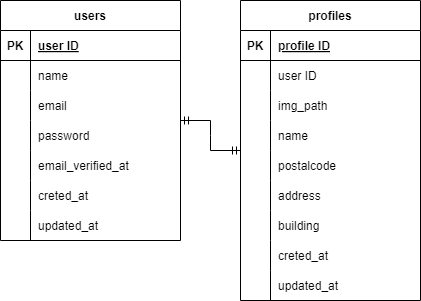
Before: src/er_diagram.drawio.png, a diagram exported from draw.io (gh-sugiura/mock_project2). Source tidied: cells renumbered, new cells last; positions are measured from the earlier drawing's top-left corner, leaving out a move shared by most shapes.
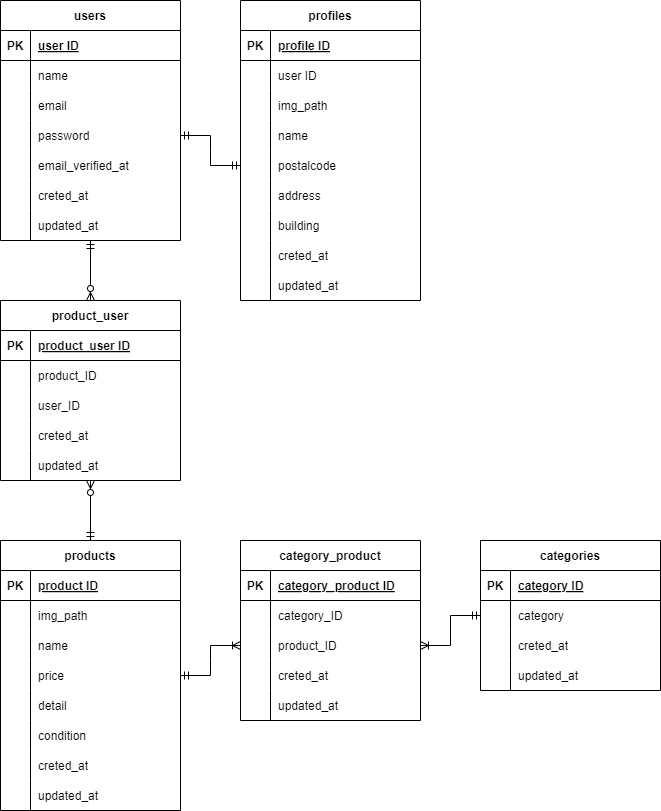
After the change.

Change to the diagram source:
```diff
@@ -152,8 +152,230 @@
     <mxCell id="51" value="updated_at" style="shape=partialRectangle;fillColor=none;top=0;left=0;bottom=0;right=0;align=left;spacingLeft=6;overflow=hidden;" parent="49" vertex="1">
       <mxGeometry x="30" width="150" height="30" as="geometry" />
     </mxCell>
-    <mxCell id="52" style="edgeStyle=entityRelationEdgeStyle;fontSize=12;html=1;endArrow=ERmandOne;startArrow=ERmandOne;strokeColor=default;rounded=0;shadow=0;" parent="1" edge="1" source="30" target="2">
+    <mxCell id="52" style="edgeStyle=entityRelationEdgeStyle;fontSize=12;html=1;endArrow=ERmandOne;startArrow=ERmandOne;strokeColor=default;rounded=0;shadow=0;" parent="1" edge="1" source="40" target="15">
       <mxGeometry relative="1" as="geometry" />
     </mxCell>
+    <mxCell id="53" value="products" style="shape=table;startSize=30;rowLines=0;fontStyle=1;align=center;" parent="1" vertex="1">
+      <mxGeometry y="540" width="180" height="270" as="geometry" />
+    </mxCell>
+    <mxCell id="54" style="shape=tableRow;horizontal=0;startSize=0;swimlaneHead=0;swimlaneBody=0;fillColor=none;top=0;left=0;right=0;bottom=1;" parent="53" vertex="1">
+      <mxGeometry y="30" width="180" height="30" as="geometry" />
+    </mxCell>
+    <mxCell id="55" value="PK" style="shape=partialRectangle;fillColor=none;top=0;left=0;bottom=0;right=0;fontStyle=1;overflow=hidden;" parent="54" vertex="1">
+      <mxGeometry width="30" height="30" as="geometry" />
+    </mxCell>
+    <mxCell id="56" value="product ID" style="shape=partialRectangle;fillColor=none;top=0;left=0;bottom=0;right=0;align=left;spacingLeft=6;fontStyle=5;overflow=hidden;" parent="54" vertex="1">
+      <mxGeometry x="30" width="150" height="30" as="geometry" />
+    </mxCell>
+    <mxCell id="57" style="shape=tableRow;horizontal=0;startSize=0;swimlaneHead=0;swimlaneBody=0;fillColor=none;top=0;left=0;right=0;bottom=0;" parent="53" vertex="1">
+      <mxGeometry y="60" width="180" height="30" as="geometry" />
+    </mxCell>
+    <mxCell id="58" style="shape=partialRectangle;fillColor=none;top=0;left=0;bottom=0;right=0;overflow=hidden;" parent="57" vertex="1">
+      <mxGeometry width="30" height="30" as="geometry" />
+    </mxCell>
+    <mxCell id="59" value="img_path" style="shape=partialRectangle;fillColor=none;top=0;left=0;bottom=0;right=0;align=left;spacingLeft=6;overflow=hidden;" parent="57" vertex="1">
+      <mxGeometry x="30" width="150" height="30" as="geometry" />
+    </mxCell>
+    <mxCell id="60" style="shape=tableRow;horizontal=0;startSize=0;swimlaneHead=0;swimlaneBody=0;fillColor=none;top=0;left=0;right=0;bottom=0;" parent="53" vertex="1">
+      <mxGeometry y="90" width="180" height="30" as="geometry" />
+    </mxCell>
+    <mxCell id="61" style="shape=partialRectangle;fillColor=none;top=0;left=0;bottom=0;right=0;overflow=hidden;" parent="60" vertex="1">
+      <mxGeometry width="30" height="30" as="geometry" />
+    </mxCell>
+    <mxCell id="62" value="name" style="shape=partialRectangle;fillColor=none;top=0;left=0;bottom=0;right=0;align=left;spacingLeft=6;overflow=hidden;" parent="60" vertex="1">
+      <mxGeometry x="30" width="150" height="30" as="geometry" />
+    </mxCell>
+    <mxCell id="63" style="shape=tableRow;horizontal=0;startSize=0;swimlaneHead=0;swimlaneBody=0;fillColor=none;points=[[0,0.5],[1,0.5]];portConstraint=eastwest;top=0;left=0;right=0;bottom=0;" parent="53" vertex="1">
+      <mxGeometry y="120" width="180" height="30" as="geometry" />
+    </mxCell>
+    <mxCell id="64" style="shape=partialRectangle;fillColor=none;top=0;left=0;bottom=0;right=0;overflow=hidden;" parent="63" vertex="1">
+      <mxGeometry width="30" height="30" as="geometry" />
+    </mxCell>
+    <mxCell id="65" value="price" style="shape=partialRectangle;fillColor=none;top=0;left=0;bottom=0;right=0;align=left;spacingLeft=6;overflow=hidden;" parent="63" vertex="1">
+      <mxGeometry x="30" width="150" height="30" as="geometry" />
+    </mxCell>
+    <mxCell id="66" style="shape=tableRow;horizontal=0;startSize=0;swimlaneHead=0;swimlaneBody=0;fillColor=none;top=0;left=0;right=0;bottom=0;" parent="53" vertex="1">
+      <mxGeometry y="150" width="180" height="30" as="geometry" />
+    </mxCell>
+    <mxCell id="67" style="shape=partialRectangle;fillColor=none;top=0;left=0;bottom=0;right=0;overflow=hidden;" parent="66" vertex="1">
+      <mxGeometry width="30" height="30" as="geometry" />
+    </mxCell>
+    <mxCell id="68" value="detail" style="shape=partialRectangle;fillColor=none;top=0;left=0;bottom=0;right=0;align=left;spacingLeft=6;overflow=hidden;" parent="66" vertex="1">
+      <mxGeometry x="30" width="150" height="30" as="geometry" />
+    </mxCell>
+    <mxCell id="69" style="shape=tableRow;horizontal=0;startSize=0;swimlaneHead=0;swimlaneBody=0;fillColor=none;top=0;left=0;right=0;bottom=0;" parent="53" vertex="1">
+      <mxGeometry y="180" width="180" height="30" as="geometry" />
+    </mxCell>
+    <mxCell id="70" style="shape=partialRectangle;fillColor=none;top=0;left=0;bottom=0;right=0;overflow=hidden;" parent="69" vertex="1">
+      <mxGeometry width="30" height="30" as="geometry" />
+    </mxCell>
+    <mxCell id="71" value="condition" style="shape=partialRectangle;fillColor=none;top=0;left=0;bottom=0;right=0;align=left;spacingLeft=6;overflow=hidden;" parent="69" vertex="1">
+      <mxGeometry x="30" width="150" height="30" as="geometry" />
+    </mxCell>
+    <mxCell id="72" style="shape=tableRow;horizontal=0;startSize=0;swimlaneHead=0;swimlaneBody=0;fillColor=none;top=0;left=0;right=0;bottom=0;" parent="53" vertex="1">
+      <mxGeometry y="210" width="180" height="30" as="geometry" />
+    </mxCell>
+    <mxCell id="73" style="shape=partialRectangle;fillColor=none;top=0;left=0;bottom=0;right=0;overflow=hidden;" parent="72" vertex="1">
+      <mxGeometry width="30" height="30" as="geometry" />
+    </mxCell>
+    <mxCell id="74" value="creted_at" style="shape=partialRectangle;fillColor=none;top=0;left=0;bottom=0;right=0;align=left;spacingLeft=6;overflow=hidden;" parent="72" vertex="1">
+      <mxGeometry x="30" width="150" height="30" as="geometry" />
+    </mxCell>
+    <mxCell id="75" style="shape=tableRow;horizontal=0;startSize=0;swimlaneHead=0;swimlaneBody=0;fillColor=none;top=0;left=0;right=0;bottom=0;" parent="53" vertex="1">
+      <mxGeometry y="240" width="180" height="30" as="geometry" />
+    </mxCell>
+    <mxCell id="76" style="shape=partialRectangle;fillColor=none;top=0;left=0;bottom=0;right=0;overflow=hidden;" parent="75" vertex="1">
+      <mxGeometry width="30" height="30" as="geometry" />
+    </mxCell>
+    <mxCell id="77" value="updated_at" style="shape=partialRectangle;fillColor=none;top=0;left=0;bottom=0;right=0;align=left;spacingLeft=6;overflow=hidden;" parent="75" vertex="1">
+      <mxGeometry x="30" width="150" height="30" as="geometry" />
+    </mxCell>
+    <mxCell id="78" value="category_product" style="shape=table;startSize=30;rowLines=0;fontStyle=1;align=center;" parent="1" vertex="1">
+      <mxGeometry x="240" y="540" width="180" height="180" as="geometry" />
+    </mxCell>
+    <mxCell id="79" style="shape=tableRow;horizontal=0;startSize=0;swimlaneHead=0;swimlaneBody=0;fillColor=none;top=0;left=0;right=0;bottom=1;" parent="78" vertex="1">
+      <mxGeometry y="30" width="180" height="30" as="geometry" />
+    </mxCell>
+    <mxCell id="80" value="PK" style="shape=partialRectangle;fillColor=none;top=0;left=0;bottom=0;right=0;fontStyle=1;overflow=hidden;" parent="79" vertex="1">
+      <mxGeometry width="30" height="30" as="geometry" />
+    </mxCell>
+    <mxCell id="81" value="category_product ID" style="shape=partialRectangle;fillColor=none;top=0;left=0;bottom=0;right=0;align=left;spacingLeft=6;fontStyle=5;overflow=hidden;" parent="79" vertex="1">
+      <mxGeometry x="30" width="150" height="30" as="geometry" />
+    </mxCell>
+    <mxCell id="82" style="shape=tableRow;horizontal=0;startSize=0;swimlaneHead=0;swimlaneBody=0;fillColor=none;top=0;left=0;right=0;bottom=0;" parent="78" vertex="1">
+      <mxGeometry y="60" width="180" height="30" as="geometry" />
+    </mxCell>
+    <mxCell id="83" style="shape=partialRectangle;fillColor=none;top=0;left=0;bottom=0;right=0;overflow=hidden;" parent="82" vertex="1">
+      <mxGeometry width="30" height="30" as="geometry" />
+    </mxCell>
+    <mxCell id="84" value="category_ID" style="shape=partialRectangle;fillColor=none;top=0;left=0;bottom=0;right=0;align=left;spacingLeft=6;overflow=hidden;" parent="82" vertex="1">
+      <mxGeometry x="30" width="150" height="30" as="geometry" />
+    </mxCell>
+    <mxCell id="85" style="shape=tableRow;horizontal=0;startSize=0;swimlaneHead=0;swimlaneBody=0;fillColor=none;points=[[0,0.5],[1,0.5]];portConstraint=eastwest;top=0;left=0;right=0;bottom=0;" parent="78" vertex="1">
+      <mxGeometry y="90" width="180" height="30" as="geometry" />
+    </mxCell>
+    <mxCell id="86" style="shape=partialRectangle;fillColor=none;top=0;left=0;bottom=0;right=0;overflow=hidden;" parent="85" vertex="1">
+      <mxGeometry width="30" height="30" as="geometry" />
+    </mxCell>
+    <mxCell id="87" value="product_ID" style="shape=partialRectangle;fillColor=none;top=0;left=0;bottom=0;right=0;align=left;spacingLeft=6;overflow=hidden;" parent="85" vertex="1">
+      <mxGeometry x="30" width="150" height="30" as="geometry" />
+    </mxCell>
+    <mxCell id="88" style="shape=tableRow;horizontal=0;startSize=0;swimlaneHead=0;swimlaneBody=0;fillColor=none;top=0;left=0;right=0;bottom=0;" parent="78" vertex="1">
+      <mxGeometry y="120" width="180" height="30" as="geometry" />
+    </mxCell>
+    <mxCell id="89" style="shape=partialRectangle;fillColor=none;top=0;left=0;bottom=0;right=0;overflow=hidden;" parent="88" vertex="1">
+      <mxGeometry width="30" height="30" as="geometry" />
+    </mxCell>
+    <mxCell id="90" value="creted_at" style="shape=partialRectangle;fillColor=none;top=0;left=0;bottom=0;right=0;align=left;spacingLeft=6;overflow=hidden;" parent="88" vertex="1">
+      <mxGeometry x="30" width="150" height="30" as="geometry" />
+    </mxCell>
+    <mxCell id="91" style="shape=tableRow;horizontal=0;startSize=0;swimlaneHead=0;swimlaneBody=0;fillColor=none;top=0;left=0;right=0;bottom=0;" parent="78" vertex="1">
+      <mxGeometry y="150" width="180" height="30" as="geometry" />
+    </mxCell>
+    <mxCell id="92" style="shape=partialRectangle;fillColor=none;top=0;left=0;bottom=0;right=0;overflow=hidden;" parent="91" vertex="1">
+      <mxGeometry width="30" height="30" as="geometry" />
+    </mxCell>
+    <mxCell id="93" value="updated_at" style="shape=partialRectangle;fillColor=none;top=0;left=0;bottom=0;right=0;align=left;spacingLeft=6;overflow=hidden;" parent="91" vertex="1">
+      <mxGeometry x="30" width="150" height="30" as="geometry" />
+    </mxCell>
+    <mxCell id="94" value="categories" style="shape=table;startSize=30;rowLines=0;fontStyle=1;align=center;" parent="1" vertex="1">
+      <mxGeometry x="480" y="540" width="180" height="150" as="geometry" />
+    </mxCell>
+    <mxCell id="95" style="shape=tableRow;horizontal=0;startSize=0;swimlaneHead=0;swimlaneBody=0;fillColor=none;top=0;left=0;right=0;bottom=1;" parent="94" vertex="1">
+      <mxGeometry y="30" width="180" height="30" as="geometry" />
+    </mxCell>
+    <mxCell id="96" value="PK" style="shape=partialRectangle;fillColor=none;top=0;left=0;bottom=0;right=0;fontStyle=1;overflow=hidden;" parent="95" vertex="1">
+      <mxGeometry width="30" height="30" as="geometry" />
+    </mxCell>
+    <mxCell id="97" value="category ID" style="shape=partialRectangle;fillColor=none;top=0;left=0;bottom=0;right=0;align=left;spacingLeft=6;fontStyle=5;overflow=hidden;" parent="95" vertex="1">
+      <mxGeometry x="30" width="150" height="30" as="geometry" />
+    </mxCell>
+    <mxCell id="98" style="shape=tableRow;horizontal=0;startSize=0;swimlaneHead=0;swimlaneBody=0;fillColor=none;points=[[0,0.5],[1,0.5]];portConstraint=eastwest;top=0;left=0;right=0;bottom=0;" parent="94" vertex="1">
+      <mxGeometry y="60" width="180" height="30" as="geometry" />
+    </mxCell>
+    <mxCell id="99" style="shape=partialRectangle;fillColor=none;top=0;left=0;bottom=0;right=0;overflow=hidden;" parent="98" vertex="1">
+      <mxGeometry width="30" height="30" as="geometry" />
+    </mxCell>
+    <mxCell id="100" value="category" style="shape=partialRectangle;fillColor=none;top=0;left=0;bottom=0;right=0;align=left;spacingLeft=6;overflow=hidden;" parent="98" vertex="1">
+      <mxGeometry x="30" width="150" height="30" as="geometry" />
+    </mxCell>
+    <mxCell id="101" style="shape=tableRow;horizontal=0;startSize=0;swimlaneHead=0;swimlaneBody=0;fillColor=none;top=0;left=0;right=0;bottom=0;" parent="94" vertex="1">
+      <mxGeometry y="90" width="180" height="30" as="geometry" />
+    </mxCell>
+    <mxCell id="102" style="shape=partialRectangle;fillColor=none;top=0;left=0;bottom=0;right=0;overflow=hidden;" parent="101" vertex="1">
+      <mxGeometry width="30" height="30" as="geometry" />
+    </mxCell>
+    <mxCell id="103" value="creted_at" style="shape=partialRectangle;fillColor=none;top=0;left=0;bottom=0;right=0;align=left;spacingLeft=6;overflow=hidden;" parent="101" vertex="1">
+      <mxGeometry x="30" width="150" height="30" as="geometry" />
+    </mxCell>
+    <mxCell id="104" style="shape=tableRow;horizontal=0;startSize=0;swimlaneHead=0;swimlaneBody=0;fillColor=none;top=0;left=0;right=0;bottom=0;" parent="94" vertex="1">
+      <mxGeometry y="120" width="180" height="30" as="geometry" />
+    </mxCell>
+    <mxCell id="105" style="shape=partialRectangle;fillColor=none;top=0;left=0;bottom=0;right=0;overflow=hidden;" parent="104" vertex="1">
+      <mxGeometry width="30" height="30" as="geometry" />
+    </mxCell>
+    <mxCell id="106" value="updated_at" style="shape=partialRectangle;fillColor=none;top=0;left=0;bottom=0;right=0;align=left;spacingLeft=6;overflow=hidden;" parent="104" vertex="1">
+      <mxGeometry x="30" width="150" height="30" as="geometry" />
+    </mxCell>
+    <mxCell id="107" style="edgeStyle=entityRelationEdgeStyle;fontSize=12;html=1;endArrow=ERoneToMany;startArrow=ERmandOne;rounded=0;" parent="1" edge="1" source="63" target="85">
+      <mxGeometry relative="1" as="geometry" />
+    </mxCell>
+    <mxCell id="108" style="edgeStyle=entityRelationEdgeStyle;fontSize=12;html=1;endArrow=ERoneToMany;startArrow=ERmandOne;rounded=0;" parent="1" edge="1" source="98" target="85">
+      <mxGeometry relative="1" as="geometry" />
+    </mxCell>
+    <mxCell id="109" value="product_user" style="shape=table;startSize=30;rowLines=0;fontStyle=1;align=center;" parent="1" vertex="1">
+      <mxGeometry y="300" width="180" height="180" as="geometry" />
+    </mxCell>
+    <mxCell id="110" style="shape=tableRow;horizontal=0;startSize=0;swimlaneHead=0;swimlaneBody=0;fillColor=none;top=0;left=0;right=0;bottom=1;" parent="109" vertex="1">
+      <mxGeometry y="30" width="180" height="30" as="geometry" />
+    </mxCell>
+    <mxCell id="111" value="PK" style="shape=partialRectangle;fillColor=none;top=0;left=0;bottom=0;right=0;fontStyle=1;overflow=hidden;" parent="110" vertex="1">
+      <mxGeometry width="30" height="30" as="geometry" />
+    </mxCell>
+    <mxCell id="112" value="product_user ID" style="shape=partialRectangle;fillColor=none;top=0;left=0;bottom=0;right=0;align=left;spacingLeft=6;fontStyle=5;overflow=hidden;" parent="110" vertex="1">
+      <mxGeometry x="30" width="150" height="30" as="geometry" />
+    </mxCell>
+    <mxCell id="113" style="shape=tableRow;horizontal=0;startSize=0;swimlaneHead=0;swimlaneBody=0;fillColor=none;top=0;left=0;right=0;bottom=0;" parent="109" vertex="1">
+      <mxGeometry y="60" width="180" height="30" as="geometry" />
+    </mxCell>
+    <mxCell id="114" style="shape=partialRectangle;fillColor=none;top=0;left=0;bottom=0;right=0;overflow=hidden;" parent="113" vertex="1">
+      <mxGeometry width="30" height="30" as="geometry" />
+    </mxCell>
+    <mxCell id="115" value="product_ID" style="shape=partialRectangle;fillColor=none;top=0;left=0;bottom=0;right=0;align=left;spacingLeft=6;overflow=hidden;" parent="113" vertex="1">
+      <mxGeometry x="30" width="150" height="30" as="geometry" />
+    </mxCell>
+    <mxCell id="116" style="shape=tableRow;horizontal=0;startSize=0;swimlaneHead=0;swimlaneBody=0;fillColor=none;top=0;left=0;right=0;bottom=0;" parent="109" vertex="1">
+      <mxGeometry y="90" width="180" height="30" as="geometry" />
+    </mxCell>
+    <mxCell id="117" style="shape=partialRectangle;fillColor=none;top=0;left=0;bottom=0;right=0;overflow=hidden;" parent="116" vertex="1">
+      <mxGeometry width="30" height="30" as="geometry" />
+    </mxCell>
+    <mxCell id="118" value="user_ID" style="shape=partialRectangle;fillColor=none;top=0;left=0;bottom=0;right=0;align=left;spacingLeft=6;overflow=hidden;" parent="116" vertex="1">
+      <mxGeometry x="30" width="150" height="30" as="geometry" />
+    </mxCell>
+    <mxCell id="119" style="shape=tableRow;horizontal=0;startSize=0;swimlaneHead=0;swimlaneBody=0;fillColor=none;top=0;left=0;right=0;bottom=0;" parent="109" vertex="1">
+      <mxGeometry y="120" width="180" height="30" as="geometry" />
+    </mxCell>
+    <mxCell id="120" style="shape=partialRectangle;fillColor=none;top=0;left=0;bottom=0;right=0;overflow=hidden;" parent="119" vertex="1">
+      <mxGeometry width="30" height="30" as="geometry" />
+    </mxCell>
+    <mxCell id="121" value="creted_at" style="shape=partialRectangle;fillColor=none;top=0;left=0;bottom=0;right=0;align=left;spacingLeft=6;overflow=hidden;" parent="119" vertex="1">
+      <mxGeometry x="30" width="150" height="30" as="geometry" />
+    </mxCell>
+    <mxCell id="122" style="shape=tableRow;horizontal=0;startSize=0;swimlaneHead=0;swimlaneBody=0;fillColor=none;points=[[0,0.5],[1,0.5]];portConstraint=eastwest;top=0;left=0;right=0;bottom=0;" parent="109" vertex="1">
+      <mxGeometry y="150" width="180" height="30" as="geometry" />
+    </mxCell>
+    <mxCell id="123" style="shape=partialRectangle;fillColor=none;top=0;left=0;bottom=0;right=0;overflow=hidden;" parent="122" vertex="1">
+      <mxGeometry width="30" height="30" as="geometry" />
+    </mxCell>
+    <mxCell id="124" value="updated_at" style="shape=partialRectangle;fillColor=none;top=0;left=0;bottom=0;right=0;align=left;spacingLeft=6;overflow=hidden;" parent="122" vertex="1">
+      <mxGeometry x="30" width="150" height="30" as="geometry" />
+    </mxCell>
+    <mxCell id="125" style="endArrow=ERmandOne;html=1;rounded=0;strokeColor=default;jumpStyle=none;startArrow=ERzeroToMany;startFill=0;endFill=0;" parent="1" edge="1" source="109" target="49">
+      <mxGeometry relative="1" as="geometry" />
+    </mxCell>
+    <mxCell id="126" style="endArrow=ERmandOne;html=1;rounded=0;strokeColor=default;jumpStyle=none;startArrow=ERzeroToMany;startFill=0;endFill=0;" parent="1" edge="1" source="122" target="53">
+      <mxGeometry relative="1" as="geometry" />
+    </mxCell>
   </root>
 </mxGraphModel>
```
